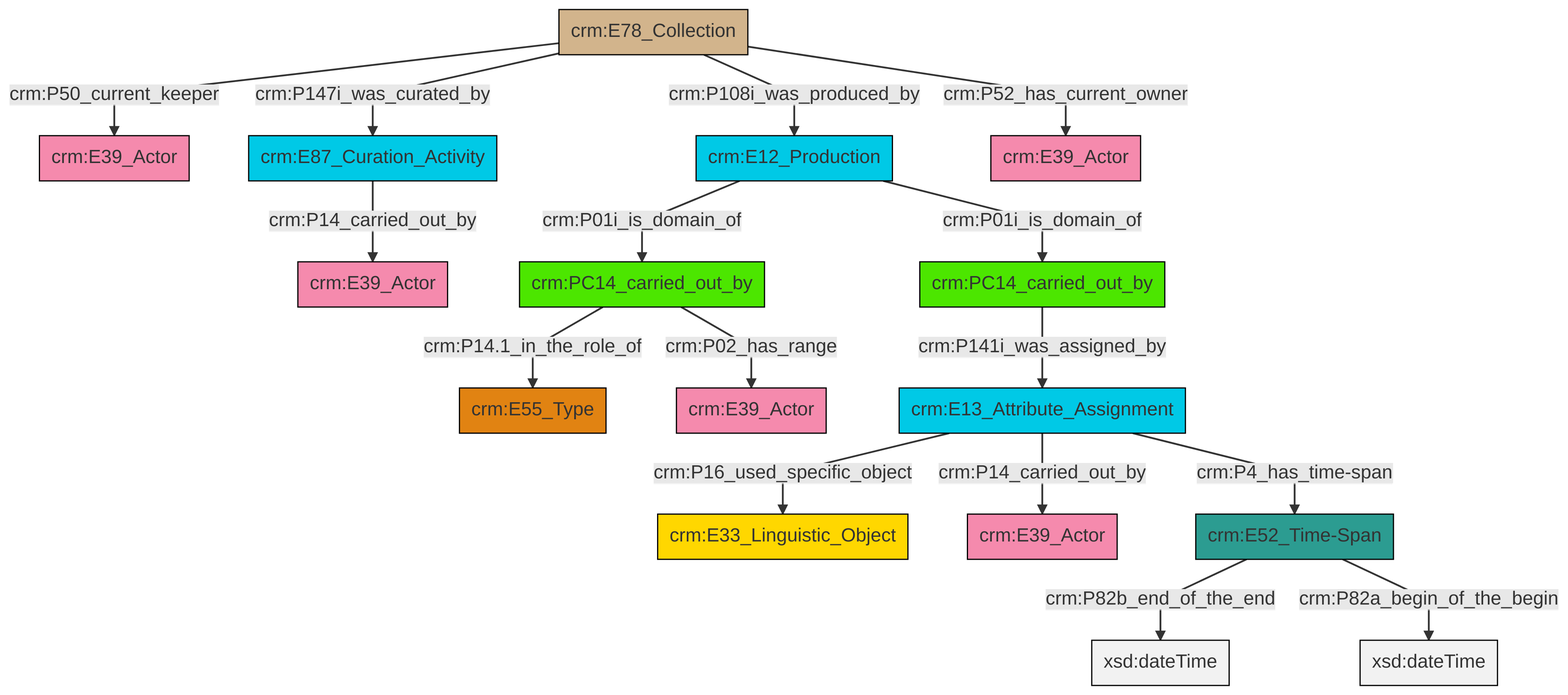
swiss-art-research-net/docs.swissartresearch keeps this Mermaid diagram as et/archivalCSV/ttl/mmd/png/archival_relation.png. Above is the earlier version. Its source is kept beside it as et/archivalCSV/ttl/mmd/archival_relation.ttl.mmd.
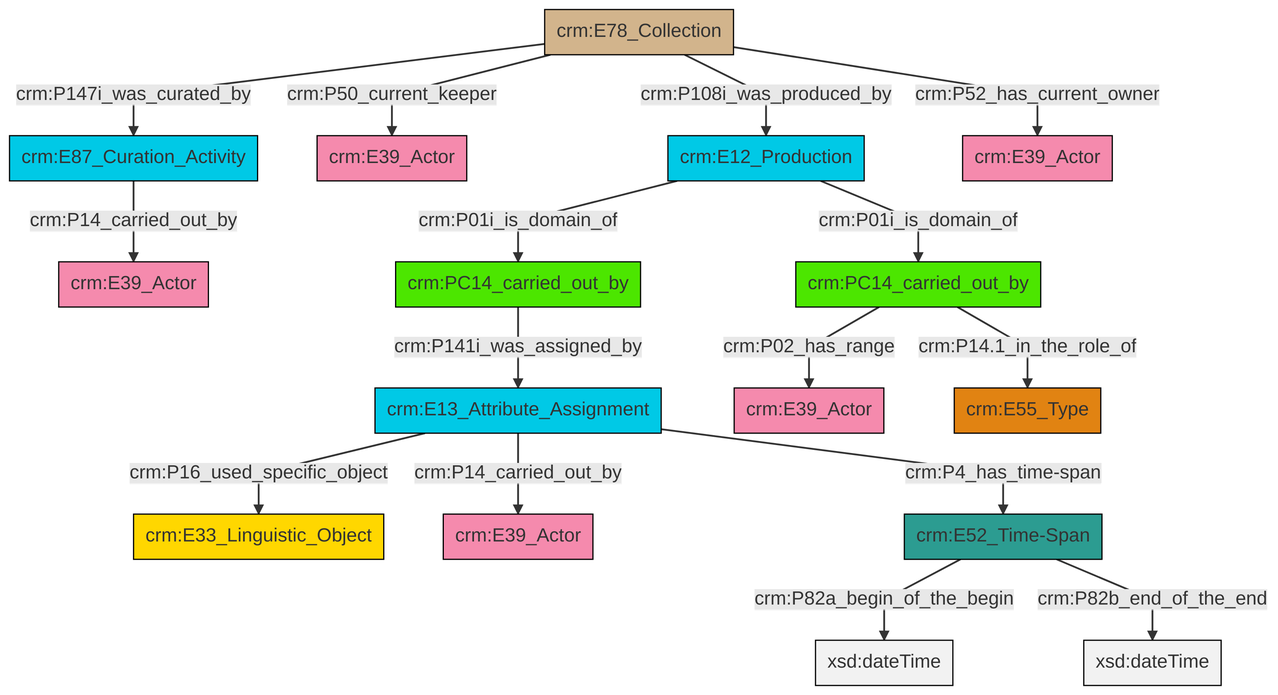
After the change.

What changed in the source:
```diff
@@ -13,18 +13,18 @@
 classDef PC_Classes fill:#4ce600, stroke:#000000;
 classDef Multi fill:#cccccc,stroke:#000000;
 
-2["crm:PC14_carried_out_by"]:::PC_Classes -->|crm:P14.1_in_the_role_of| 3["crm:E55_Type"]:::Type
-4["crm:PC14_carried_out_by"]:::PC_Classes -->|crm:P141i_was_assigned_by| 5["crm:E13_Attribute_Assignment"]:::Temporal_Entity
-8["crm:E52_Time-Span"]:::Time-Span -->|crm:P82b_end_of_the_end| 9[xsd:dateTime]:::Literal
-10["crm:E12_Production"]:::Temporal_Entity -->|crm:P01i_is_domain_of| 2["crm:PC14_carried_out_by"]:::PC_Classes
-11["crm:E78_Collection"]:::Physical_Thing -->|crm:P50_current_keeper| 0["crm:E39_Actor"]:::Actor
-10["crm:E12_Production"]:::Temporal_Entity -->|crm:P01i_is_domain_of| 4["crm:PC14_carried_out_by"]:::PC_Classes
-5["crm:E13_Attribute_Assignment"]:::Temporal_Entity -->|crm:P16_used_specific_object| 13["crm:E33_Linguistic_Object"]:::Conceptual_Object
-5["crm:E13_Attribute_Assignment"]:::Temporal_Entity -->|crm:P14_carried_out_by| 15["crm:E39_Actor"]:::Actor
-2["crm:PC14_carried_out_by"]:::PC_Classes -->|crm:P02_has_range| 17["crm:E39_Actor"]:::Actor
-11["crm:E78_Collection"]:::Physical_Thing -->|crm:P147i_was_curated_by| 6["crm:E87_Curation_Activity"]:::Temporal_Entity
-8["crm:E52_Time-Span"]:::Time-Span -->|crm:P82a_begin_of_the_begin| 21[xsd:dateTime]:::Literal
-11["crm:E78_Collection"]:::Physical_Thing -->|crm:P108i_was_produced_by| 10["crm:E12_Production"]:::Temporal_Entity
-11["crm:E78_Collection"]:::Physical_Thing -->|crm:P52_has_current_owner| 22["crm:E39_Actor"]:::Actor
-6["crm:E87_Curation_Activity"]:::Temporal_Entity -->|crm:P14_carried_out_by| 23["crm:E39_Actor"]:::Actor
-5["crm:E13_Attribute_Assignment"]:::Temporal_Entity -->|crm:P4_has_time-span| 8["crm:E52_Time-Span"]:::Time-Span
+0["crm:E78_Collection"]:::Physical_Thing -->|crm:P147i_was_curated_by| 1["crm:E87_Curation_Activity"]:::Temporal_Entity
+8["crm:PC14_carried_out_by"]:::PC_Classes -->|crm:P141i_was_assigned_by| 9["crm:E13_Attribute_Assignment"]:::Temporal_Entity
+0["crm:E78_Collection"]:::Physical_Thing -->|crm:P50_current_keeper| 12["crm:E39_Actor"]:::Actor
+9["crm:E13_Attribute_Assignment"]:::Temporal_Entity -->|crm:P16_used_specific_object| 13["crm:E33_Linguistic_Object"]:::Conceptual_Object
+1["crm:E87_Curation_Activity"]:::Temporal_Entity -->|crm:P14_carried_out_by| 6["crm:E39_Actor"]:::Actor
+14["crm:E12_Production"]:::Temporal_Entity -->|crm:P01i_is_domain_of| 8["crm:PC14_carried_out_by"]:::PC_Classes
+0["crm:E78_Collection"]:::Physical_Thing -->|crm:P108i_was_produced_by| 14["crm:E12_Production"]:::Temporal_Entity
+19["crm:PC14_carried_out_by"]:::PC_Classes -->|crm:P02_has_range| 4["crm:E39_Actor"]:::Actor
+2["crm:E52_Time-Span"]:::Time-Span -->|crm:P82a_begin_of_the_begin| 20[xsd:dateTime]:::Literal
+2["crm:E52_Time-Span"]:::Time-Span -->|crm:P82b_end_of_the_end| 24[xsd:dateTime]:::Literal
+9["crm:E13_Attribute_Assignment"]:::Temporal_Entity -->|crm:P14_carried_out_by| 25["crm:E39_Actor"]:::Actor
+9["crm:E13_Attribute_Assignment"]:::Temporal_Entity -->|crm:P4_has_time-span| 2["crm:E52_Time-Span"]:::Time-Span
+0["crm:E78_Collection"]:::Physical_Thing -->|crm:P52_has_current_owner| 22["crm:E39_Actor"]:::Actor
+19["crm:PC14_carried_out_by"]:::PC_Classes -->|crm:P14.1_in_the_role_of| 26["crm:E55_Type"]:::Type
+14["crm:E12_Production"]:::Temporal_Entity -->|crm:P01i_is_domain_of| 19["crm:PC14_carried_out_by"]:::PC_Classes
```
